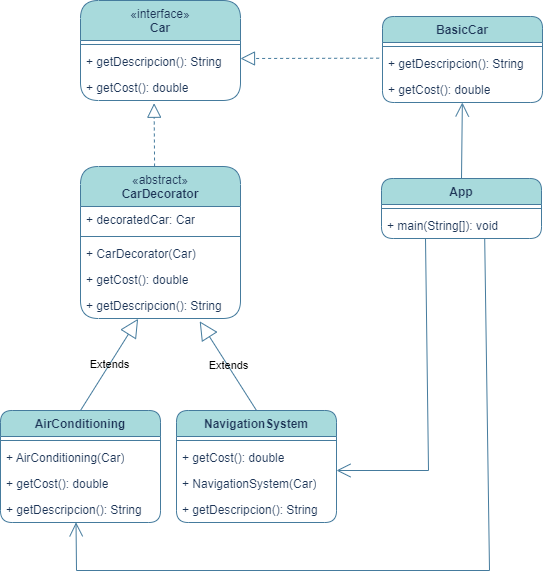
This is diagrams/Diagrama Entrega 2 - Patrones-Car Customizer - Decorator.drawio.png from SebastianCamargo-ITM/PatronesEstructurales-ITM, a draw.io export, as it was before one commit. Source tidied: cells renumbered, new cells last; positions are measured from the earlier drawing's top-left corner, leaving out a move shared by most shapes.
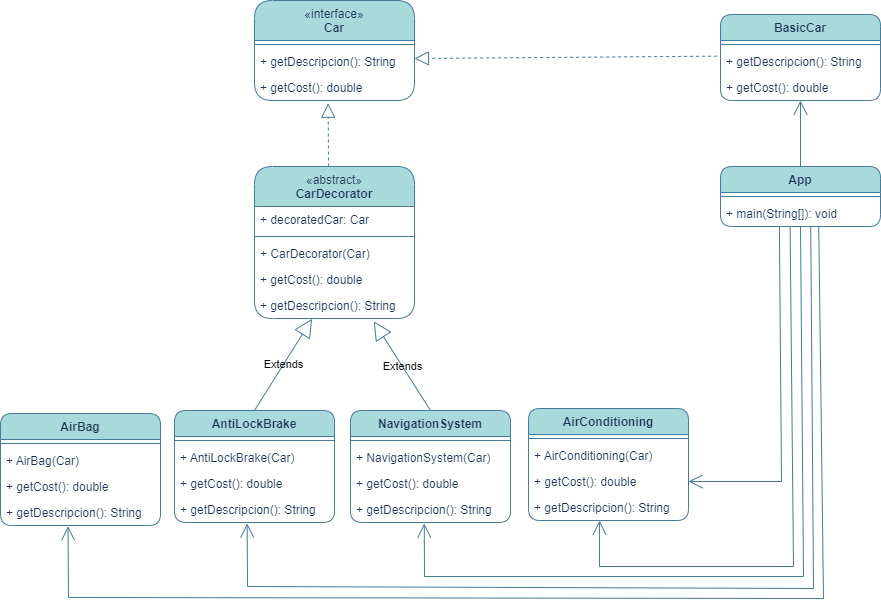
Above is the later version.

Commit message:
Se actualiza diagrama Decorator

Change to the diagram source:
```diff
@@ -3,7 +3,7 @@
     <mxCell id="0" />
     <mxCell id="1" parent="0" />
     <mxCell id="2" value="BasicCar" style="swimlane;fontStyle=1;align=center;verticalAlign=top;horizontal=1;startSize=26;whiteSpace=wrap;html=1;rounded=1;labelBackgroundColor=none;fillColor=#A8DADC;strokeColor=#457B9D;fontColor=#1D3557;" parent="1" vertex="1">
-      <mxGeometry x="382" y="16" width="160" height="86" as="geometry" />
+      <mxGeometry x="546" y="14" width="160" height="86" as="geometry" />
     </mxCell>
     <mxCell id="3" style="line;strokeWidth=1;fillColor=none;align=left;verticalAlign=middle;spacingTop=-1;spacingLeft=3;spacingRight=3;labelPosition=right;strokeColor=#457B9D;rounded=1;labelBackgroundColor=none;fontColor=#1D3557;" parent="2" vertex="1">
       <mxGeometry y="26" width="160" height="8" as="geometry" />
@@ -47,13 +47,13 @@
     <mxCell id="16" value="+ getDescripcion(): String" style="text;strokeColor=none;fillColor=none;align=left;verticalAlign=top;spacingLeft=4;spacingRight=4;overflow=hidden;points=[[0,0.5],[1,0.5]];portConstraint=eastwest;whiteSpace=wrap;html=1;rounded=1;labelBackgroundColor=none;fontColor=#1D3557;" parent="11" vertex="1">
       <mxGeometry y="126" width="160" height="26" as="geometry" />
     </mxCell>
-    <mxCell id="17" value="AirConditioning" style="swimlane;fontStyle=1;align=center;verticalAlign=top;horizontal=1;startSize=26;whiteSpace=wrap;html=1;rounded=1;labelBackgroundColor=none;fillColor=#A8DADC;strokeColor=#457B9D;fontColor=#1D3557;" parent="1" vertex="1">
+    <mxCell id="17" value="AntiLockBrake" style="swimlane;fontStyle=1;align=center;verticalAlign=top;horizontal=1;startSize=26;whiteSpace=wrap;html=1;rounded=1;labelBackgroundColor=none;fillColor=#A8DADC;strokeColor=#457B9D;fontColor=#1D3557;" parent="1" vertex="1">
       <mxGeometry y="410" width="160" height="112" as="geometry" />
     </mxCell>
     <mxCell id="18" style="line;strokeWidth=1;fillColor=none;align=left;verticalAlign=middle;spacingTop=-1;spacingLeft=3;spacingRight=3;labelPosition=right;strokeColor=#457B9D;rounded=1;labelBackgroundColor=none;fontColor=#1D3557;" parent="17" vertex="1">
       <mxGeometry y="26" width="160" height="8" as="geometry" />
     </mxCell>
-    <mxCell id="19" value="+ AirConditioning(Car)" style="text;strokeColor=none;fillColor=none;align=left;verticalAlign=top;spacingLeft=4;spacingRight=4;overflow=hidden;whiteSpace=wrap;html=1;rounded=1;labelBackgroundColor=none;fontColor=#1D3557;" parent="17" vertex="1">
+    <mxCell id="19" value="+ AntiLockBrake(Car)" style="text;strokeColor=none;fillColor=none;align=left;verticalAlign=top;spacingLeft=4;spacingRight=4;overflow=hidden;whiteSpace=wrap;html=1;rounded=1;labelBackgroundColor=none;fontColor=#1D3557;" parent="17" vertex="1">
       <mxGeometry y="34" width="160" height="26" as="geometry" />
     </mxCell>
     <mxCell id="20" value="+ getCost(): double" style="text;strokeColor=none;fillColor=none;align=left;verticalAlign=top;spacingLeft=4;spacingRight=4;overflow=hidden;whiteSpace=wrap;html=1;rounded=1;labelBackgroundColor=none;fontColor=#1D3557;" parent="17" vertex="1">
@@ -68,12 +68,12 @@
     <mxCell id="23" style="line;strokeWidth=1;fillColor=none;align=left;verticalAlign=middle;spacingTop=-1;spacingLeft=3;spacingRight=3;labelPosition=right;strokeColor=#457B9D;rounded=1;labelBackgroundColor=none;fontColor=#1D3557;" parent="22" vertex="1">
       <mxGeometry y="26" width="160" height="8" as="geometry" />
     </mxCell>
+    <mxCell id="25" value="+ NavigationSystem(Car)" style="text;strokeColor=none;fillColor=none;align=left;verticalAlign=top;spacingLeft=4;spacingRight=4;overflow=hidden;points=[[0,0.5],[1,0.5]];portConstraint=eastwest;whiteSpace=wrap;html=1;rounded=1;labelBackgroundColor=none;fontColor=#1D3557;" parent="22" vertex="1">
+      <mxGeometry y="34" width="160" height="26" as="geometry" />
+    </mxCell>
     <mxCell id="24" value="+ getCost(): double" style="text;strokeColor=none;fillColor=none;align=left;verticalAlign=top;spacingLeft=4;spacingRight=4;overflow=hidden;whiteSpace=wrap;html=1;rounded=1;labelBackgroundColor=none;fontColor=#1D3557;" parent="22" vertex="1">
-      <mxGeometry y="34" width="160" height="26" as="geometry" />
+      <mxGeometry y="60" width="160" height="26" as="geometry" />
     </mxCell>
-    <mxCell id="25" value="+ NavigationSystem(Car)" style="text;strokeColor=none;fillColor=none;align=left;verticalAlign=top;spacingLeft=4;spacingRight=4;overflow=hidden;points=[[0,0.5],[1,0.5]];portConstraint=eastwest;whiteSpace=wrap;html=1;rounded=1;labelBackgroundColor=none;fontColor=#1D3557;" parent="22" vertex="1">
-      <mxGeometry y="60" width="160" height="26" as="geometry" />
-    </mxCell>
     <mxCell id="26" value="+ getDescripcion(): String" style="text;strokeColor=none;fillColor=none;align=left;verticalAlign=top;spacingLeft=4;spacingRight=4;overflow=hidden;points=[[0,0.5],[1,0.5]];portConstraint=eastwest;whiteSpace=wrap;html=1;rounded=1;labelBackgroundColor=none;fontColor=#1D3557;" parent="22" vertex="1">
       <mxGeometry y="86" width="160" height="26" as="geometry" />
     </mxCell>
@@ -87,7 +87,7 @@
       <mxGeometry relative="1" as="geometry" />
     </mxCell>
     <mxCell id="30" value="App" style="swimlane;fontStyle=1;align=center;verticalAlign=top;horizontal=1;startSize=26;whiteSpace=wrap;html=1;strokeColor=#457B9D;fontColor=#1D3557;fillColor=#A8DADC;rounded=1;fontFamily=Helvetica;fontSize=12;labelBackgroundColor=none;" parent="1" vertex="1">
-      <mxGeometry x="381" y="178" width="160" height="60" as="geometry" />
+      <mxGeometry x="546" y="166" width="160" height="60" as="geometry" />
     </mxCell>
     <mxCell id="31" style="line;strokeWidth=1;fillColor=#A8DADC;align=center;verticalAlign=top;spacingTop=-1;spacingLeft=3;spacingRight=3;labelPosition=right;strokeColor=#457B9D;fontColor=#1D3557;rounded=1;fontFamily=Helvetica;fontSize=12;fontStyle=1;labelBackgroundColor=none;" parent="30" vertex="1">
       <mxGeometry y="26" width="160" height="8" as="geometry" />
@@ -95,23 +95,77 @@
     <mxCell id="32" value="+ main(String[]): void" style="text;strokeColor=none;fillColor=none;align=left;verticalAlign=top;spacingLeft=4;spacingRight=4;overflow=hidden;points=[[0,0.5],[1,0.5]];portConstraint=eastwest;whiteSpace=wrap;html=1;fontColor=#1D3557;fontFamily=Helvetica;fontSize=12;fontStyle=0;labelBackgroundColor=none;" parent="30" vertex="1">
       <mxGeometry y="34" width="160" height="26" as="geometry" />
     </mxCell>
-    <mxCell id="33" style="endArrow=open;endFill=1;endSize=12;html=1;rounded=0;strokeColor=#457B9D;fontColor=#1D3557;fillColor=#A8DADC;exitX=0.275;exitY=0.986;exitDx=0;exitDy=0;entryX=1;entryY=0;entryDx=0;entryDy=0;entryPerimeter=0;exitPerimeter=0;" parent="1" edge="1" source="32" target="25">
+    <mxCell id="33" style="endArrow=open;endFill=1;endSize=12;html=1;rounded=0;strokeColor=#457B9D;fontColor=#1D3557;fillColor=#A8DADC;exitX=0.368;exitY=0.987;exitDx=0;exitDy=0;entryX=1;entryY=0.5;entryDx=0;entryDy=0;exitPerimeter=0;" parent="1" edge="1" source="32" target="39">
       <mxGeometry relative="1" as="geometry">
         <Array as="points">
-          <mxPoint x="428" y="470" />
+          <mxPoint x="607" y="481" />
         </Array>
       </mxGeometry>
     </mxCell>
     <mxCell id="34" style="endArrow=open;endFill=1;endSize=12;html=1;rounded=0;strokeColor=#457B9D;fontColor=#1D3557;fillColor=#A8DADC;exitX=0.5;exitY=0;exitDx=0;exitDy=0;" parent="1" edge="1" source="30" target="5">
       <mxGeometry relative="1" as="geometry" />
     </mxCell>
-    <mxCell id="35" style="endArrow=open;endFill=1;endSize=12;html=1;rounded=0;strokeColor=#457B9D;fontColor=#1D3557;fillColor=#A8DADC;entryX=0.472;entryY=0.994;entryDx=0;entryDy=0;exitX=0.645;exitY=1.003;exitDx=0;exitDy=0;exitPerimeter=0;entryPerimeter=0;" parent="1" edge="1" source="32" target="21">
+    <mxCell id="35" style="endArrow=open;endFill=1;endSize=12;html=1;rounded=0;strokeColor=#457B9D;fontColor=#1D3557;fillColor=#A8DADC;entryX=0.444;entryY=1.005;entryDx=0;entryDy=0;exitX=0.435;exitY=1.013;exitDx=0;exitDy=0;exitPerimeter=0;entryPerimeter=0;" parent="1" edge="1" source="32" target="40">
       <mxGeometry relative="1" as="geometry">
         <Array as="points">
-          <mxPoint x="489" y="570" />
-          <mxPoint x="76" y="570" />
+          <mxPoint x="619" y="566" />
+          <mxPoint x="425" y="566" />
         </Array>
       </mxGeometry>
     </mxCell>
+    <mxCell id="36" value="AirConditioning" style="swimlane;fontStyle=1;align=center;verticalAlign=top;horizontal=1;startSize=26;whiteSpace=wrap;html=1;rounded=1;labelBackgroundColor=none;fillColor=#A8DADC;strokeColor=#457B9D;fontColor=#1D3557;" parent="1" vertex="1">
+      <mxGeometry x="354" y="408" width="160" height="112" as="geometry" />
+    </mxCell>
+    <mxCell id="37" style="line;strokeWidth=1;fillColor=none;align=left;verticalAlign=middle;spacingTop=-1;spacingLeft=3;spacingRight=3;labelPosition=right;strokeColor=#457B9D;rounded=1;labelBackgroundColor=none;fontColor=#1D3557;" parent="36" vertex="1">
+      <mxGeometry y="26" width="160" height="8" as="geometry" />
+    </mxCell>
+    <mxCell id="38" value="+ AirConditioning(Car)" style="text;strokeColor=none;fillColor=none;align=left;verticalAlign=top;spacingLeft=4;spacingRight=4;overflow=hidden;whiteSpace=wrap;html=1;rounded=1;labelBackgroundColor=none;fontColor=#1D3557;" parent="36" vertex="1">
+      <mxGeometry y="34" width="160" height="26" as="geometry" />
+    </mxCell>
+    <mxCell id="39" value="+ getCost(): double" style="text;strokeColor=none;fillColor=none;align=left;verticalAlign=top;spacingLeft=4;spacingRight=4;overflow=hidden;points=[[0,0.5],[1,0.5]];portConstraint=eastwest;whiteSpace=wrap;html=1;rounded=1;labelBackgroundColor=none;fontColor=#1D3557;" parent="36" vertex="1">
+      <mxGeometry y="60" width="160" height="26" as="geometry" />
+    </mxCell>
+    <mxCell id="40" value="+ getDescripcion(): String" style="text;strokeColor=none;fillColor=none;align=left;verticalAlign=top;spacingLeft=4;spacingRight=4;overflow=hidden;points=[[0,0.5],[1,0.5]];portConstraint=eastwest;whiteSpace=wrap;html=1;rounded=1;labelBackgroundColor=none;fontColor=#1D3557;" parent="36" vertex="1">
+      <mxGeometry y="86" width="160" height="26" as="geometry" />
+    </mxCell>
+    <mxCell id="41" value="AirBag" style="swimlane;fontStyle=1;align=center;verticalAlign=top;horizontal=1;startSize=26;whiteSpace=wrap;html=1;rounded=1;labelBackgroundColor=none;fillColor=#A8DADC;strokeColor=#457B9D;fontColor=#1D3557;" parent="1" vertex="1">
+      <mxGeometry x="-174" y="413" width="160" height="112" as="geometry" />
+    </mxCell>
+    <mxCell id="42" style="line;strokeWidth=1;fillColor=none;align=left;verticalAlign=middle;spacingTop=-1;spacingLeft=3;spacingRight=3;labelPosition=right;strokeColor=#457B9D;rounded=1;labelBackgroundColor=none;fontColor=#1D3557;" parent="41" vertex="1">
+      <mxGeometry y="26" width="160" height="8" as="geometry" />
+    </mxCell>
+    <mxCell id="43" value="+ AirBag(Car)" style="text;strokeColor=none;fillColor=none;align=left;verticalAlign=top;spacingLeft=4;spacingRight=4;overflow=hidden;whiteSpace=wrap;html=1;rounded=1;labelBackgroundColor=none;fontColor=#1D3557;" parent="41" vertex="1">
+      <mxGeometry y="34" width="160" height="26" as="geometry" />
+    </mxCell>
+    <mxCell id="44" value="+ getCost(): double" style="text;strokeColor=none;fillColor=none;align=left;verticalAlign=top;spacingLeft=4;spacingRight=4;overflow=hidden;whiteSpace=wrap;html=1;rounded=1;labelBackgroundColor=none;fontColor=#1D3557;" parent="41" vertex="1">
+      <mxGeometry y="60" width="160" height="26" as="geometry" />
+    </mxCell>
+    <mxCell id="45" value="+ getDescripcion(): String" style="text;strokeColor=none;fillColor=none;align=left;verticalAlign=top;spacingLeft=4;spacingRight=4;overflow=hidden;points=[[0,0.5],[1,0.5]];portConstraint=eastwest;whiteSpace=wrap;html=1;rounded=1;labelBackgroundColor=none;fontColor=#1D3557;" parent="41" vertex="1">
+      <mxGeometry y="86" width="160" height="26" as="geometry" />
+    </mxCell>
+    <mxCell id="46" style="endArrow=open;endFill=1;endSize=12;html=1;rounded=0;strokeColor=#457B9D;fontColor=#1D3557;fillColor=#A8DADC;entryX=0.461;entryY=1.035;entryDx=0;entryDy=0;exitX=0.5;exitY=1;exitDx=0;exitDy=0;entryPerimeter=0;" parent="1" edge="1" source="30" target="26">
+      <mxGeometry relative="1" as="geometry">
+        <Array as="points">
+          <mxPoint x="629" y="576" />
+          <mxPoint x="250" y="576" />
+        </Array>
+      </mxGeometry>
+    </mxCell>
+    <mxCell id="47" style="endArrow=open;endFill=1;endSize=12;html=1;rounded=0;strokeColor=#457B9D;fontColor=#1D3557;fillColor=#A8DADC;entryX=0.454;entryY=1.035;entryDx=0;entryDy=0;exitX=0.564;exitY=1.006;exitDx=0;exitDy=0;exitPerimeter=0;entryPerimeter=0;" parent="1" edge="1" source="32" target="21">
+      <mxGeometry relative="1" as="geometry">
+        <Array as="points">
+          <mxPoint x="639" y="588" />
+          <mxPoint x="73" y="586" />
+        </Array>
+      </mxGeometry>
+    </mxCell>
+    <mxCell id="48" style="endArrow=open;endFill=1;endSize=12;html=1;rounded=0;strokeColor=#457B9D;fontColor=#1D3557;fillColor=#A8DADC;entryX=0.422;entryY=1.029;entryDx=0;entryDy=0;exitX=0.614;exitY=0.982;exitDx=0;exitDy=0;exitPerimeter=0;entryPerimeter=0;" parent="1" edge="1" source="32" target="45">
+      <mxGeometry relative="1" as="geometry">
+        <Array as="points">
+          <mxPoint x="649" y="598" />
+          <mxPoint x="-106" y="597" />
+        </Array>
+      </mxGeometry>
+    </mxCell>
   </root>
 </mxGraphModel>
```
